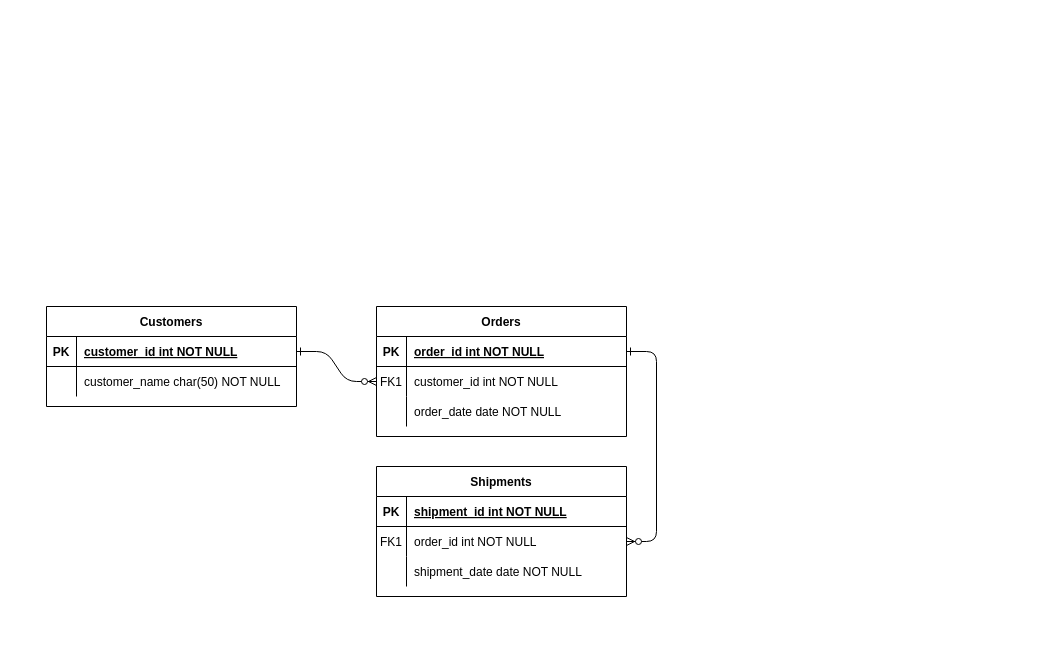
Before: SPM ER Diagram.drawio in casecasee/SPM-G8T5, a draw.io diagram. Source tidied: cells renumbered, new cells numbered last; positions are measured from the earlier drawing's top-left corner, leaving out a move shared by most shapes. Both pictures are drawn from the tidied source at 100%, with x=0, y=0 at pixel (46, 306).
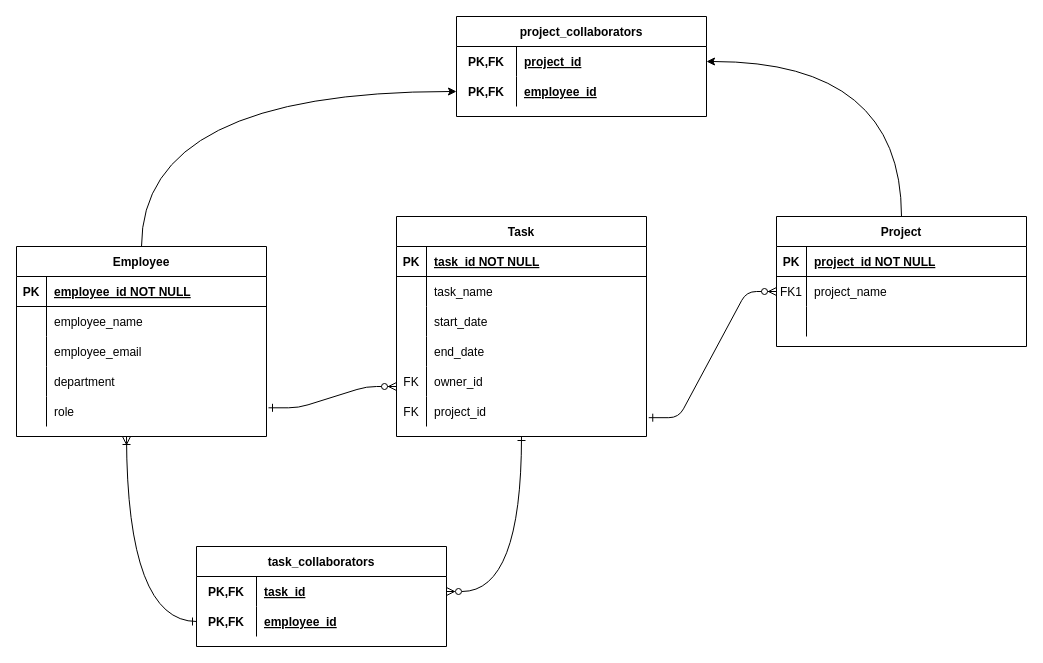
Above is the later version.

Unchanged cells that the change refers to:
```xml
<mxCell id="5" style="shape=partialRectangle;fillColor=none;points=[[0,0.5],[1,0.5]];portConstraint=eastwest;top=0;left=0;right=0;bottom=1;" parent="4" vertex="1">
  <mxGeometry y="30" width="250" height="30" as="geometry" />
</mxCell>
<mxCell id="8" style="shape=partialRectangle;fillColor=none;points=[[0,0.5],[1,0.5]];portConstraint=eastwest;top=0;left=0;right=0;bottom=0;" parent="4" vertex="1">
  <mxGeometry y="60" width="250" height="30" as="geometry" />
</mxCell>
<mxCell id="11" style="shape=partialRectangle;fillColor=none;top=0;left=0;right=0;bottom=0;" parent="4" vertex="1">
  <mxGeometry y="90" width="250" height="30" as="geometry" />
</mxCell>
<mxCell id="15" style="shape=partialRectangle;fillColor=none;top=0;left=0;right=0;bottom=1;" parent="14" vertex="1">
  <mxGeometry y="30" width="250" height="30" as="geometry" />
</mxCell>
<mxCell id="18" style="shape=partialRectangle;fillColor=none;points=[[0,0.5],[1,0.5]];portConstraint=eastwest;top=0;left=0;right=0;bottom=0;" parent="14" vertex="1">
  <mxGeometry y="60" width="250" height="30" as="geometry" />
</mxCell>
<mxCell id="21" style="shape=partialRectangle;fillColor=none;top=0;left=0;right=0;bottom=0;" parent="14" vertex="1">
  <mxGeometry y="90" width="250" height="30" as="geometry" />
</mxCell>
```

What changed in the source:
```diff
@@
-    <mxCell id="2" style="edgeStyle=entityRelationEdgeStyle;endArrow=ERzeroToMany;startArrow=ERone;endFill=1;startFill=0;" parent="1" edge="1" source="25" target="8">
-      <mxGeometry relative="1" as="geometry" />
+    <mxCell id="2" style="edgeStyle=entityRelationEdgeStyle;endArrow=ERzeroToMany;startArrow=ERone;endFill=1;startFill=0;exitX=1.008;exitY=0.21;exitDx=0;exitDy=0;exitPerimeter=0;" parent="1" edge="1">
+      <mxGeometry relative="1" as="geometry">
+        <mxPoint x="222" y="101.3" as="sourcePoint" />
+        <mxPoint x="350" y="80" as="targetPoint" />
+      </mxGeometry>
     </mxCell>
-    <mxCell id="3" style="edgeStyle=entityRelationEdgeStyle;endArrow=ERzeroToMany;startArrow=ERone;endFill=1;startFill=0;" parent="1" edge="1" source="5" target="18">
+    <mxCell id="3" style="edgeStyle=entityRelationEdgeStyle;endArrow=ERzeroToMany;startArrow=ERone;endFill=1;startFill=0;exitX=1.009;exitY=0.706;exitDx=0;exitDy=0;exitPerimeter=0;" parent="1" edge="1" source="38" target="18">
       <mxGeometry relative="1" as="geometry" />
     </mxCell>
+    <mxCell id="31" style="edgeStyle=orthogonalEdgeStyle;html=1;exitX=0.5;exitY=1;exitDx=0;exitDy=0;entryX=1;entryY=0.5;entryDx=0;entryDy=0;curved=1;endArrow=ERzeroToMany;endFill=0;startArrow=ERone;startFill=0;" parent="1" edge="1" source="4" target="58">
+      <mxGeometry relative="1" as="geometry" />
+    </mxCell>
-    <mxCell id="4" value="Orders" style="shape=table;startSize=30;childLayout=tableLayout;rowLines=0;fontStyle=1;align=center;" parent="1" vertex="1">
-      <mxGeometry x="330" width="250" height="130" as="geometry" />
+    <mxCell id="4" value="Task" style="shape=table;startSize=30;childLayout=tableLayout;rowLines=0;fontStyle=1;align=center;" parent="1" vertex="1">
+      <mxGeometry x="350" y="-90" width="250" height="220" as="geometry" />
     </mxCell>
@@
-    <mxCell id="7" value="order_id int NOT NULL " style="shape=partialRectangle;overflow=hidden;fillColor=none;top=0;left=0;bottom=0;right=0;align=left;spacingLeft=6;fontStyle=5;" parent="5" vertex="1">
+    <mxCell id="7" value="task_id NOT NULL" style="shape=partialRectangle;overflow=hidden;fillColor=none;top=0;left=0;bottom=0;right=0;align=left;spacingLeft=6;fontStyle=5;" parent="5" vertex="1">
       <mxGeometry x="30" width="220" height="30" as="geometry" />
     </mxCell>
@@
-    <mxCell id="9" value="FK1" style="shape=partialRectangle;overflow=hidden;fillColor=none;top=0;left=0;bottom=0;right=0;" parent="8" vertex="1">
+    <mxCell id="9" style="shape=partialRectangle;overflow=hidden;fillColor=none;top=0;left=0;bottom=0;right=0;" parent="8" vertex="1">
       <mxGeometry width="30" height="30" as="geometry" />
     </mxCell>
-    <mxCell id="10" value="customer_id int NOT NULL" style="shape=partialRectangle;overflow=hidden;fillColor=none;top=0;left=0;bottom=0;right=0;align=left;spacingLeft=6;" parent="8" vertex="1">
+    <mxCell id="10" value="task_name" style="shape=partialRectangle;overflow=hidden;fillColor=none;top=0;left=0;bottom=0;right=0;align=left;spacingLeft=6;" parent="8" vertex="1">
       <mxGeometry x="30" width="220" height="30" as="geometry" />
     </mxCell>
@@
-    <mxCell id="13" value="order_date date NOT NULL" style="shape=partialRectangle;overflow=hidden;fillColor=none;top=0;left=0;bottom=0;right=0;align=left;spacingLeft=6;" parent="11" vertex="1">
+    <mxCell id="13" value="start_date" style="shape=partialRectangle;overflow=hidden;fillColor=none;top=0;left=0;bottom=0;right=0;align=left;spacingLeft=6;" parent="11" vertex="1">
       <mxGeometry x="30" width="220" height="30" as="geometry" />
     </mxCell>
+    <mxCell id="32" style="shape=partialRectangle;fillColor=none;top=0;left=0;right=0;bottom=0;" parent="4" vertex="1">
+      <mxGeometry y="120" width="250" height="30" as="geometry" />
+    </mxCell>
+    <mxCell id="33" style="shape=partialRectangle;overflow=hidden;fillColor=none;top=0;left=0;bottom=0;right=0;" parent="32" vertex="1">
+      <mxGeometry width="30" height="30" as="geometry" />
+    </mxCell>
+    <mxCell id="34" value="end_date" style="shape=partialRectangle;overflow=hidden;fillColor=none;top=0;left=0;bottom=0;right=0;align=left;spacingLeft=6;" parent="32" vertex="1">
+      <mxGeometry x="30" width="220" height="30" as="geometry" />
+    </mxCell>
+    <mxCell id="35" style="shape=partialRectangle;fillColor=none;top=0;left=0;right=0;bottom=0;" parent="4" vertex="1">
+      <mxGeometry y="150" width="250" height="30" as="geometry" />
+    </mxCell>
+    <mxCell id="36" value="FK" style="shape=partialRectangle;overflow=hidden;fillColor=none;top=0;left=0;bottom=0;right=0;" parent="35" vertex="1">
+      <mxGeometry width="30" height="30" as="geometry" />
+    </mxCell>
+    <mxCell id="37" value="owner_id" style="shape=partialRectangle;overflow=hidden;fillColor=none;top=0;left=0;bottom=0;right=0;align=left;spacingLeft=6;" parent="35" vertex="1">
+      <mxGeometry x="30" width="220" height="30" as="geometry" />
+    </mxCell>
+    <mxCell id="38" style="shape=partialRectangle;fillColor=none;points=[[0,0.5],[1,0.5]];portConstraint=eastwest;top=0;left=0;right=0;bottom=0;" parent="4" vertex="1">
+      <mxGeometry y="180" width="250" height="30" as="geometry" />
+    </mxCell>
+    <mxCell id="39" value="FK" style="shape=partialRectangle;overflow=hidden;fillColor=none;top=0;left=0;bottom=0;right=0;" parent="38" vertex="1">
+      <mxGeometry width="30" height="30" as="geometry" />
+    </mxCell>
+    <mxCell id="40" value="project_id" style="shape=partialRectangle;overflow=hidden;fillColor=none;top=0;left=0;bottom=0;right=0;align=left;spacingLeft=6;" parent="38" vertex="1">
+      <mxGeometry x="30" width="220" height="30" as="geometry" />
+    </mxCell>
+    <mxCell id="41" style="edgeStyle=orthogonalEdgeStyle;html=1;entryX=0;entryY=0.5;entryDx=0;entryDy=0;curved=1;" parent="1" edge="1" source="42" target="69">
+      <mxGeometry relative="1" as="geometry" />
+    </mxCell>
+    <mxCell id="42" value="Employee" style="shape=table;startSize=30;childLayout=tableLayout;rowLines=0;fontStyle=1;align=center;" parent="1" vertex="1">
+      <mxGeometry x="-30" y="-60" width="250" height="190" as="geometry" />
+    </mxCell>
+    <mxCell id="25" style="shape=partialRectangle;fillColor=none;points=[[0,0.5],[1,0.5]];portConstraint=eastwest;top=0;left=0;right=0;bottom=1;" parent="42" vertex="1">
+      <mxGeometry y="30" width="250" height="30" as="geometry" />
+    </mxCell>
+    <mxCell id="26" value="PK" style="shape=partialRectangle;overflow=hidden;fillColor=none;top=0;left=0;bottom=0;right=0;fontStyle=1;" parent="25" vertex="1">
+      <mxGeometry width="30" height="30" as="geometry" />
+    </mxCell>
+    <mxCell id="43" value="employee_id NOT NULL" style="shape=partialRectangle;overflow=hidden;fillColor=none;top=0;left=0;bottom=0;right=0;align=left;spacingLeft=6;fontStyle=5;" parent="25" vertex="1">
+      <mxGeometry x="30" width="220" height="30" as="geometry" />
+    </mxCell>
+    <mxCell id="44" style="shape=partialRectangle;fillColor=none;top=0;left=0;right=0;bottom=0;" parent="42" vertex="1">
+      <mxGeometry y="60" width="250" height="30" as="geometry" />
+    </mxCell>
+    <mxCell id="45" style="shape=partialRectangle;overflow=hidden;fillColor=none;top=0;left=0;bottom=0;right=0;" parent="44" vertex="1">
+      <mxGeometry width="30" height="30" as="geometry" />
+    </mxCell>
+    <mxCell id="46" value="employee_name" style="shape=partialRectangle;overflow=hidden;fillColor=none;top=0;left=0;bottom=0;right=0;align=left;spacingLeft=6;" parent="44" vertex="1">
+      <mxGeometry x="30" width="220" height="30" as="geometry" />
+    </mxCell>
+    <mxCell id="47" style="shape=partialRectangle;fillColor=none;top=0;left=0;right=0;bottom=0;" parent="42" vertex="1">
+      <mxGeometry y="90" width="250" height="30" as="geometry" />
+    </mxCell>
+    <mxCell id="48" style="shape=partialRectangle;overflow=hidden;fillColor=none;top=0;left=0;bottom=0;right=0;" parent="47" vertex="1">
+      <mxGeometry width="30" height="30" as="geometry" />
+    </mxCell>
+    <mxCell id="49" value="employee_email" style="shape=partialRectangle;overflow=hidden;fillColor=none;top=0;left=0;bottom=0;right=0;align=left;spacingLeft=6;" parent="47" vertex="1">
+      <mxGeometry x="30" width="220" height="30" as="geometry" />
+    </mxCell>
+    <mxCell id="50" style="shape=partialRectangle;fillColor=none;top=0;left=0;right=0;bottom=0;" parent="42" vertex="1">
+      <mxGeometry y="120" width="250" height="30" as="geometry" />
+    </mxCell>
+    <mxCell id="51" style="shape=partialRectangle;overflow=hidden;fillColor=none;top=0;left=0;bottom=0;right=0;" parent="50" vertex="1">
+      <mxGeometry width="30" height="30" as="geometry" />
+    </mxCell>
+    <mxCell id="52" value="department" style="shape=partialRectangle;overflow=hidden;fillColor=none;top=0;left=0;bottom=0;right=0;align=left;spacingLeft=6;" parent="50" vertex="1">
+      <mxGeometry x="30" width="220" height="30" as="geometry" />
+    </mxCell>
+    <mxCell id="53" style="shape=partialRectangle;fillColor=none;top=0;left=0;right=0;bottom=0;" parent="42" vertex="1">
+      <mxGeometry y="150" width="250" height="30" as="geometry" />
+    </mxCell>
+    <mxCell id="54" style="shape=partialRectangle;overflow=hidden;fillColor=none;top=0;left=0;bottom=0;right=0;" parent="53" vertex="1">
+      <mxGeometry width="30" height="30" as="geometry" />
+    </mxCell>
+    <mxCell id="55" value="role" style="shape=partialRectangle;overflow=hidden;fillColor=none;top=0;left=0;bottom=0;right=0;align=left;spacingLeft=6;" parent="53" vertex="1">
+      <mxGeometry x="30" width="220" height="30" as="geometry" />
+    </mxCell>
+    <mxCell id="56" style="edgeStyle=orthogonalEdgeStyle;html=1;entryX=1;entryY=0.5;entryDx=0;entryDy=0;exitX=0.5;exitY=0;exitDx=0;exitDy=0;curved=1;" parent="1" edge="1" source="14" target="66">
+      <mxGeometry relative="1" as="geometry" />
+    </mxCell>
-    <mxCell id="14" value="Shipments" style="shape=table;startSize=30;childLayout=tableLayout;rowLines=0;fontStyle=1;align=center;" parent="1" vertex="1">
-      <mxGeometry x="330" y="160" width="250" height="130" as="geometry" />
+    <mxCell id="14" value="Project" style="shape=table;startSize=30;childLayout=tableLayout;rowLines=0;fontStyle=1;align=center;" parent="1" vertex="1">
+      <mxGeometry x="730" y="-90" width="250" height="130" as="geometry" />
     </mxCell>
@@
-    <mxCell id="17" value="shipment_id int NOT NULL " style="shape=partialRectangle;overflow=hidden;fillColor=none;top=0;left=0;bottom=0;right=0;align=left;spacingLeft=6;fontStyle=5;" parent="15" vertex="1">
+    <mxCell id="17" value="project_id NOT NULL" style="shape=partialRectangle;overflow=hidden;fillColor=none;top=0;left=0;bottom=0;right=0;align=left;spacingLeft=6;fontStyle=5;" parent="15" vertex="1">
       <mxGeometry x="30" width="220" height="30" as="geometry" />
     </mxCell>
@@
-    <mxCell id="20" value="order_id int NOT NULL" style="shape=partialRectangle;overflow=hidden;fillColor=none;top=0;left=0;bottom=0;right=0;align=left;spacingLeft=6;" parent="18" vertex="1">
+    <mxCell id="20" value="project_name" style="shape=partialRectangle;overflow=hidden;fillColor=none;top=0;left=0;bottom=0;right=0;align=left;spacingLeft=6;" parent="18" vertex="1">
       <mxGeometry x="30" width="220" height="30" as="geometry" />
     </mxCell>
@@
-    <mxCell id="23" value="shipment_date date NOT NULL" style="shape=partialRectangle;overflow=hidden;fillColor=none;top=0;left=0;bottom=0;right=0;align=left;spacingLeft=6;" parent="21" vertex="1">
+    <mxCell id="23" style="shape=partialRectangle;overflow=hidden;fillColor=none;top=0;left=0;bottom=0;right=0;align=left;spacingLeft=6;" parent="21" vertex="1">
       <mxGeometry x="30" width="220" height="30" as="geometry" />
     </mxCell>
-    <mxCell id="24" value="Customers" style="shape=table;startSize=30;childLayout=tableLayout;rowLines=0;fontStyle=1;align=center;" parent="1" vertex="1">
-      <mxGeometry width="250" height="100" as="geometry" />
-    </mxCell>
-    <mxCell id="25" style="shape=partialRectangle;fillColor=none;points=[[0,0.5],[1,0.5]];portConstraint=eastwest;top=0;left=0;right=0;bottom=1;" parent="24" vertex="1">
-      <mxGeometry y="30" width="250" height="30" as="geometry" />
-    </mxCell>
-    <mxCell id="26" value="PK" style="shape=partialRectangle;overflow=hidden;fillColor=none;top=0;left=0;bottom=0;right=0;fontStyle=1;" parent="25" vertex="1">
-      <mxGeometry width="30" height="30" as="geometry" />
-    </mxCell>
-    <mxCell id="27" value="customer_id int NOT NULL " style="shape=partialRectangle;overflow=hidden;fillColor=none;top=0;left=0;bottom=0;right=0;align=left;spacingLeft=6;fontStyle=5;" parent="25" vertex="1">
-      <mxGeometry x="30" width="220" height="30" as="geometry" />
-    </mxCell>
-    <mxCell id="28" style="shape=partialRectangle;fillColor=none;top=0;left=0;right=0;bottom=0;" parent="24" vertex="1">
-      <mxGeometry y="60" width="250" height="30" as="geometry" />
-    </mxCell>
-    <mxCell id="29" style="shape=partialRectangle;overflow=hidden;fillColor=none;top=0;left=0;bottom=0;right=0;" parent="28" vertex="1">
-      <mxGeometry width="30" height="30" as="geometry" />
-    </mxCell>
-    <mxCell id="30" value="customer_name char(50) NOT NULL" style="shape=partialRectangle;overflow=hidden;fillColor=none;top=0;left=0;bottom=0;right=0;align=left;spacingLeft=6;" parent="28" vertex="1">
-      <mxGeometry x="30" width="220" height="30" as="geometry" />
-    </mxCell>
+    <mxCell id="57" value="task_collaborators" style="shape=table;startSize=30;childLayout=tableLayout;rowLines=0;fontStyle=1;align=center;" parent="1" vertex="1">
+      <mxGeometry x="150" y="240" width="250" height="100" as="geometry" />
+    </mxCell>
+    <mxCell id="58" style="shape=partialRectangle;fillColor=none;points=[[0,0.5],[1,0.5]];portConstraint=eastwest;top=0;left=0;right=0;bottom=0;fontStyle=0;" parent="57" vertex="1">
+      <mxGeometry y="30" width="250" height="30" as="geometry" />
+    </mxCell>
+    <mxCell id="59" value="PK,FK" style="shape=partialRectangle;overflow=hidden;fillColor=none;top=0;left=0;bottom=0;right=0;fontStyle=1;" parent="58" vertex="1">
+      <mxGeometry width="60" height="30" as="geometry" />
+    </mxCell>
+    <mxCell id="60" value="task_id" style="shape=partialRectangle;overflow=hidden;fillColor=none;top=0;left=0;bottom=0;right=0;align=left;spacingLeft=6;fontStyle=5;" parent="58" vertex="1">
+      <mxGeometry x="60" width="190" height="30" as="geometry" />
+    </mxCell>
+    <mxCell id="61" style="shape=partialRectangle;fillColor=none;points=[[0,0.5],[1,0.5]];portConstraint=eastwest;top=0;left=0;right=0;bottom=0;" parent="57" vertex="1">
+      <mxGeometry y="60" width="250" height="30" as="geometry" />
+    </mxCell>
+    <mxCell id="62" value="PK,FK" style="shape=partialRectangle;overflow=hidden;fillColor=none;top=0;left=0;bottom=0;right=0;fontStyle=1;" parent="61" vertex="1">
+      <mxGeometry width="60" height="30" as="geometry" />
+    </mxCell>
+    <mxCell id="63" value="employee_id" style="shape=partialRectangle;overflow=hidden;fillColor=none;top=0;left=0;bottom=0;right=0;align=left;spacingLeft=6;fontStyle=5;" parent="61" vertex="1">
+      <mxGeometry x="60" width="190" height="30" as="geometry" />
+    </mxCell>
+    <mxCell id="64" style="edgeStyle=orthogonalEdgeStyle;html=1;entryX=0;entryY=0.5;entryDx=0;entryDy=0;endArrow=ERone;endFill=0;startArrow=ERoneToMany;startFill=0;curved=1;" parent="1" edge="1" target="61">
+      <mxGeometry relative="1" as="geometry">
+        <mxPoint x="80" y="130" as="sourcePoint" />
+      </mxGeometry>
+    </mxCell>
+    <mxCell id="65" value="project_collaborators" style="shape=table;startSize=30;childLayout=tableLayout;rowLines=0;fontStyle=1;align=center;" parent="1" vertex="1">
+      <mxGeometry x="410" y="-290" width="250" height="100" as="geometry" />
+    </mxCell>
+    <mxCell id="66" style="shape=partialRectangle;fillColor=none;points=[[0,0.5],[1,0.5]];portConstraint=eastwest;top=0;left=0;right=0;bottom=0;fontStyle=0;" parent="65" vertex="1">
+      <mxGeometry y="30" width="250" height="30" as="geometry" />
+    </mxCell>
+    <mxCell id="67" value="PK,FK" style="shape=partialRectangle;overflow=hidden;fillColor=none;top=0;left=0;bottom=0;right=0;fontStyle=1;" parent="66" vertex="1">
+      <mxGeometry width="60" height="30" as="geometry" />
+    </mxCell>
+    <mxCell id="68" value="project_id" style="shape=partialRectangle;overflow=hidden;fillColor=none;top=0;left=0;bottom=0;right=0;align=left;spacingLeft=6;fontStyle=5;" parent="66" vertex="1">
+      <mxGeometry x="60" width="190" height="30" as="geometry" />
+    </mxCell>
+    <mxCell id="69" style="shape=partialRectangle;fillColor=none;points=[[0,0.5],[1,0.5]];portConstraint=eastwest;top=0;left=0;right=0;bottom=0;" parent="65" vertex="1">
+      <mxGeometry y="60" width="250" height="30" as="geometry" />
+    </mxCell>
+    <mxCell id="70" value="PK,FK" style="shape=partialRectangle;overflow=hidden;fillColor=none;top=0;left=0;bottom=0;right=0;fontStyle=1;" parent="69" vertex="1">
+      <mxGeometry width="60" height="30" as="geometry" />
+    </mxCell>
+    <mxCell id="71" value="employee_id" style="shape=partialRectangle;overflow=hidden;fillColor=none;top=0;left=0;bottom=0;right=0;align=left;spacingLeft=6;fontStyle=5;" parent="69" vertex="1">
+      <mxGeometry x="60" width="190" height="30" as="geometry" />
+    </mxCell>
```
